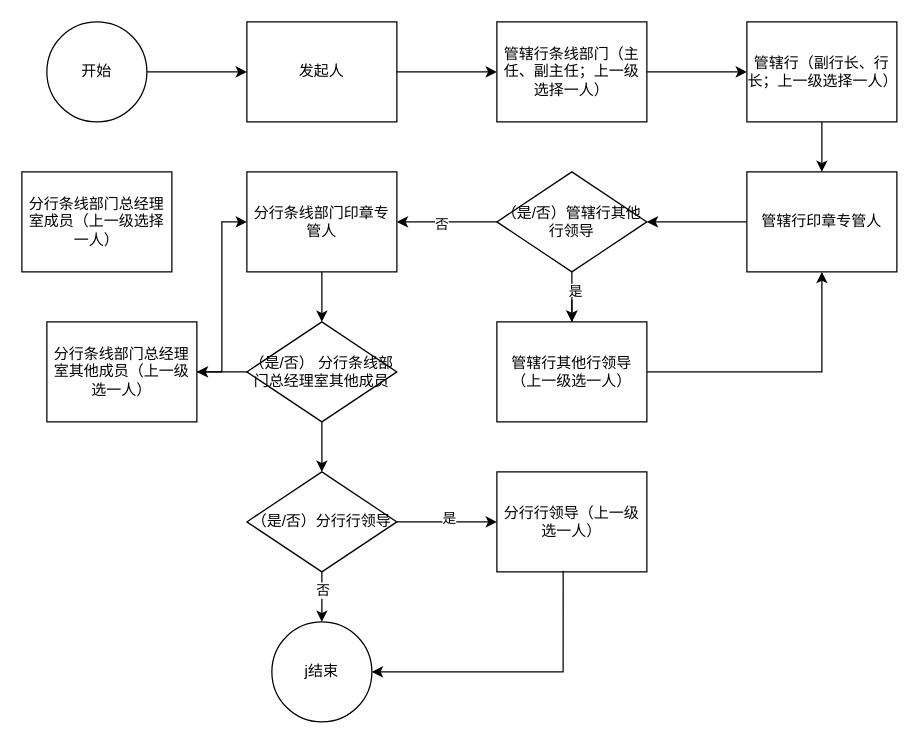
Earlier version of the draw.io diagram 网点行发起.drawio (ILdove/Hawk-Fast-Work). Source tidied: cells renumbered, new cells numbered last; positions are measured from the earlier drawing's top-left corner, leaving out a move shared by most shapes. Both pictures are drawn from the tidied source at 125%, with x=0, y=0 at pixel (21, 21).
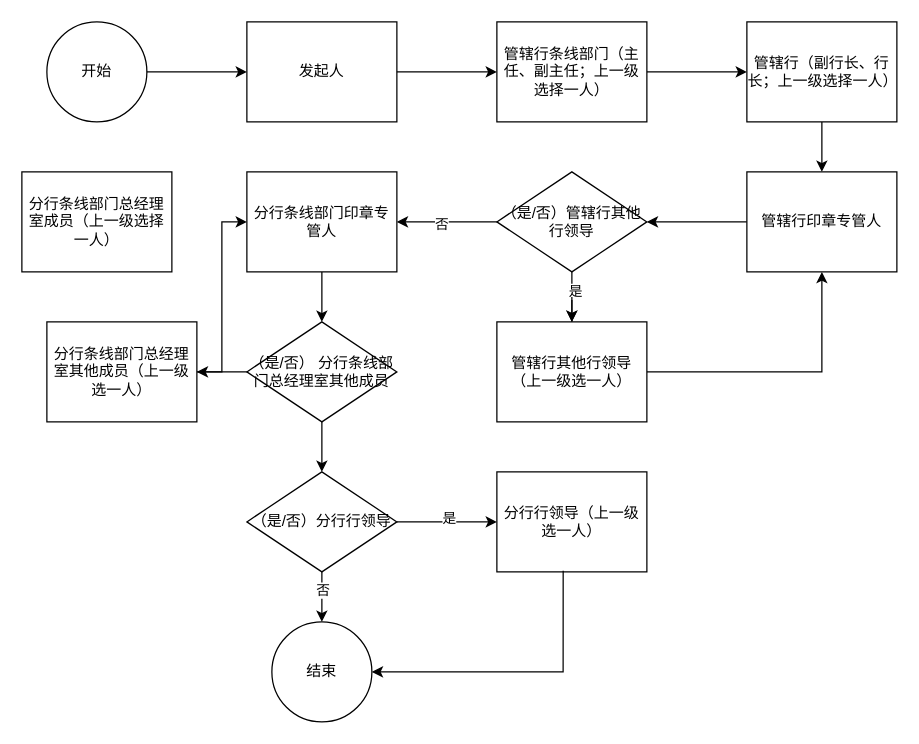
Above is the later version.

Commit message:
更新网点行发起.drawio

Diff of the diagram source:
```diff
@@
-    <mxCell id="28" value="j结束" style="ellipse;whiteSpace=wrap;html=1;" parent="1" vertex="1">
+    <mxCell id="28" value="结束" style="ellipse;whiteSpace=wrap;html=1;" parent="1" vertex="1">
       <mxGeometry x="200" y="480" width="80" height="80" as="geometry" />
     </mxCell>
```
